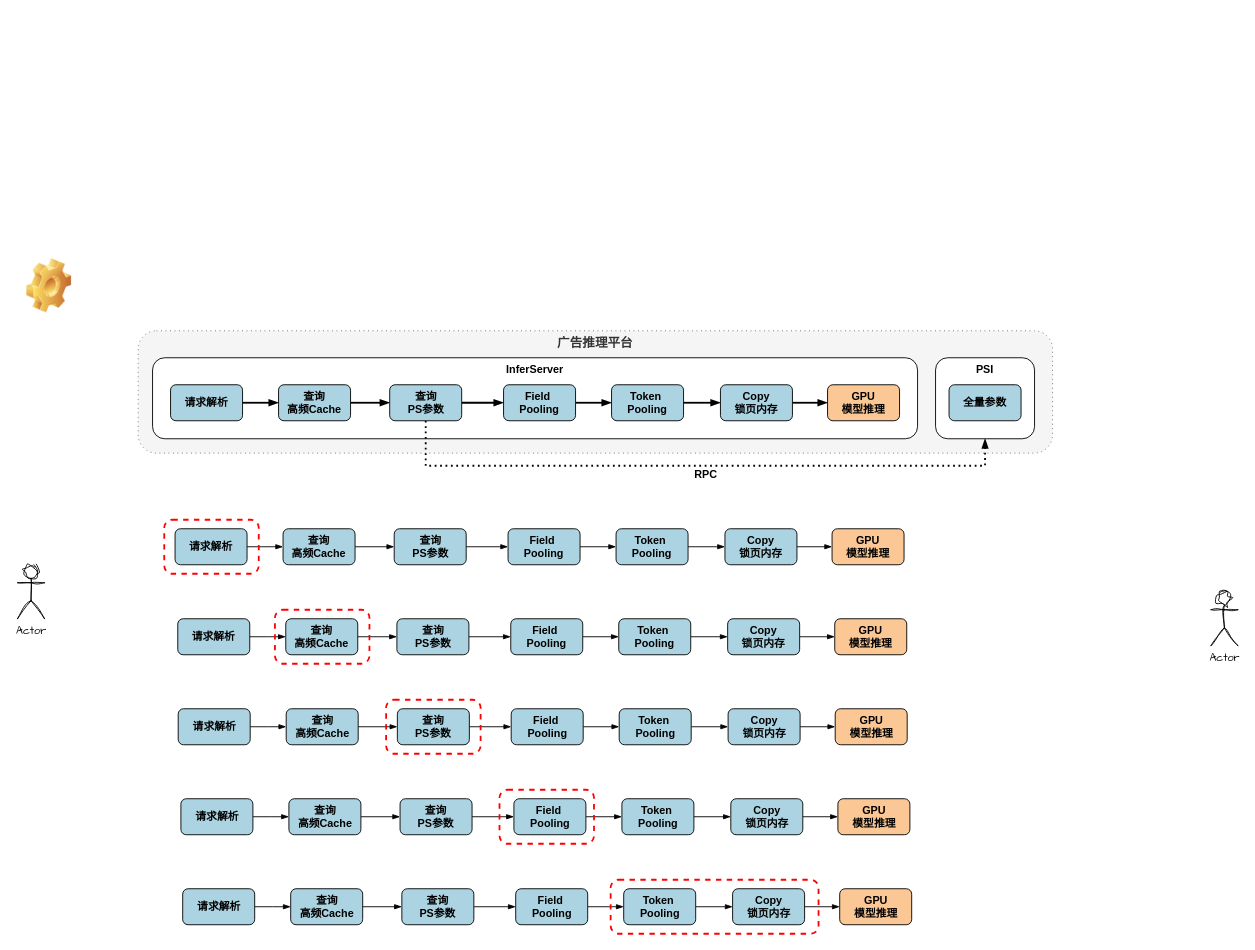
Earlier version of the draw.io diagram GprOptImpl.drawio (JackHsiung/totoro). Source tidied: cells renumbered, new cells numbered last; positions are measured from the earlier drawing's top-left corner, leaving out a move shared by most shapes. Both pictures are drawn from the tidied source at 90%, with x=0, y=0 at pixel (17, 258).
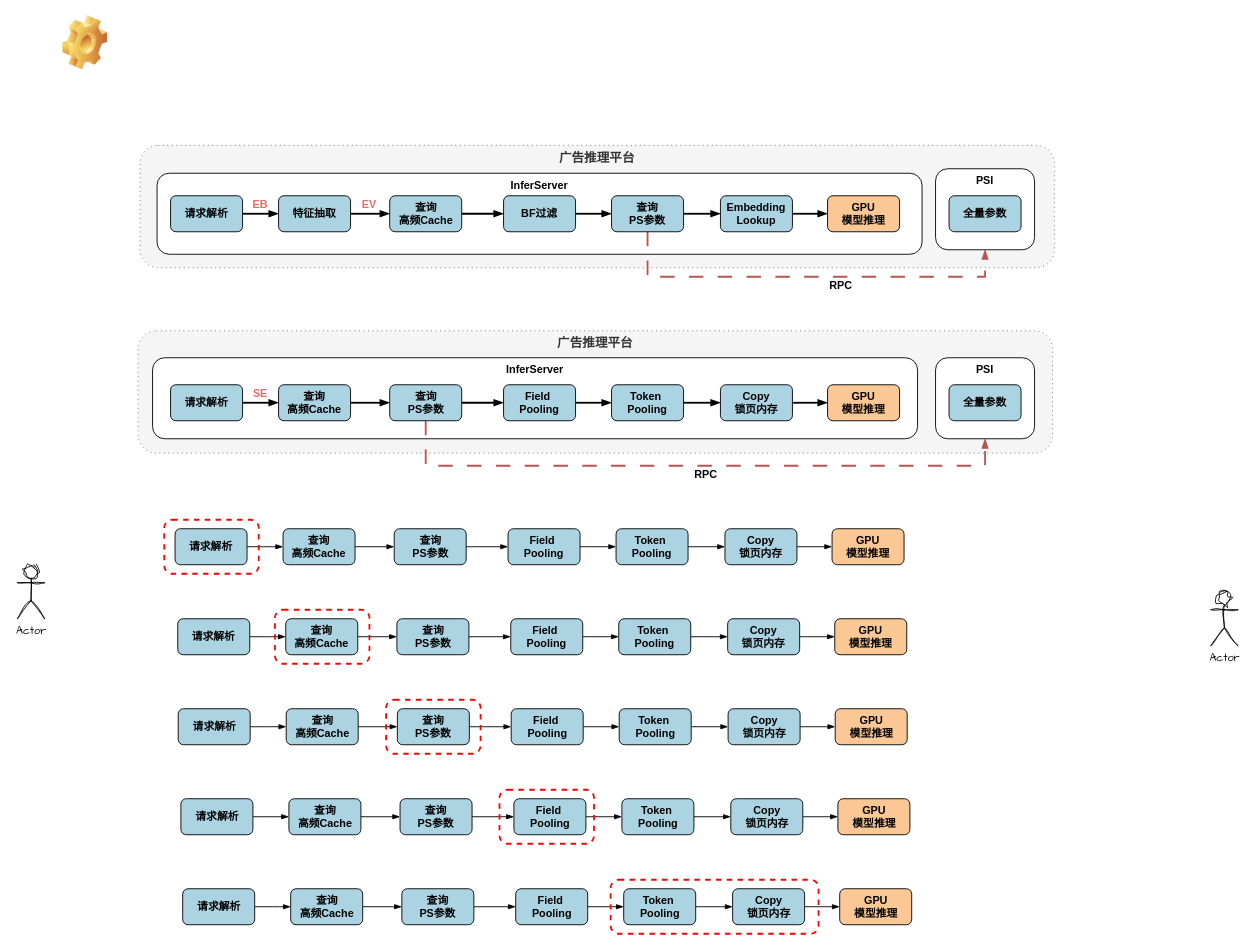
After the change.

The change refers to these unchanged cells:
```xml
<mxCell id="10" value="查询&lt;div&gt;PS&lt;span style=&quot;background-color: transparent; color: light-dark(rgb(0, 0, 0), rgb(255, 255, 255));&quot;&gt;参数&lt;/span&gt;&lt;/div&gt;" style="rounded=1;whiteSpace=wrap;html=1;hachureGap=4;fontFamily=Helvetica;fontStyle=1;fillColor=#ABD3E1;" parent="1" vertex="1">
  <mxGeometry x="413.5" y="140" width="80" height="40" as="geometry" />
</mxCell>
<mxCell id="31" value="&lt;font face=&quot;Helvetica&quot;&gt;&lt;b style=&quot;&quot;&gt;PSI&lt;/b&gt;&lt;/font&gt;" style="rounded=1;whiteSpace=wrap;html=1;hachureGap=4;fontFamily=Architects Daughter;verticalAlign=top;" parent="1" vertex="1">
  <mxGeometry x="1020" y="110" width="110" height="90" as="geometry" />
</mxCell>
```

The edit, as a diff of the source:
```diff
@@
-    <mxCell id="9" style="edgeStyle=orthogonalEdgeStyle;rounded=0;hachureGap=4;jettySize=auto;html=1;exitX=0.5;exitY=1;exitDx=0;exitDy=0;entryX=0.5;entryY=1;entryDx=0;entryDy=0;fontFamily=Architects Daughter;endArrow=blockThin;endFill=1;strokeWidth=2;dashed=1;dashPattern=1 2;" parent="1" edge="1" source="10" target="31">
+    <mxCell id="9" style="edgeStyle=orthogonalEdgeStyle;rounded=0;hachureGap=4;jettySize=auto;html=1;exitX=0.5;exitY=1;exitDx=0;exitDy=0;entryX=0.5;entryY=1;entryDx=0;entryDy=0;fontFamily=Architects Daughter;endArrow=blockThin;endFill=1;strokeWidth=2;dashed=1;dashPattern=8 8;fillColor=#f8cecc;strokeColor=#b85450;" parent="1" edge="1" source="10" target="31">
       <mxGeometry relative="1" as="geometry">
         <Array as="points">
           <mxPoint x="454" y="230" />
           <mxPoint x="1075" y="230" />
         </Array>
       </mxGeometry>
     </mxCell>
@@
     <mxCell id="92" style="shape=image;html=1;verticalLabelPosition=bottom;verticalAlign=top;imageAspect=0;image=img/clipart/Gear_128x128.png;sketch=1;hachureGap=4;jiggle=2;curveFitting=1;fontFamily=Architects Daughter;" parent="1" vertex="1">
-      <mxGeometry x="10" width="50" height="60" as="geometry" />
+      <mxGeometry x="50" y="-270" width="50" height="60" as="geometry" />
     </mxCell>
@@
+    <mxCell id="94" value="&lt;b&gt;&lt;font style=&quot;font-size: 14px;&quot;&gt;广告推理平台&lt;/font&gt;&lt;/b&gt;" style="rounded=1;whiteSpace=wrap;html=1;hachureGap=4;fontFamily=Architects Daughter;dashed=1;dashPattern=1 4;verticalAlign=top;fillColor=#f5f5f5;fontColor=#333333;strokeColor=#666666;" parent="1" vertex="1">
+      <mxGeometry x="136" y="-126" width="1016" height="136" as="geometry" />
+    </mxCell>
+    <mxCell id="95" value="&lt;font face=&quot;Helvetica&quot;&gt;&lt;b style=&quot;&quot;&gt;InferServer&lt;/b&gt;&lt;/font&gt;" style="rounded=1;whiteSpace=wrap;html=1;hachureGap=4;fontFamily=Architects Daughter;verticalAlign=top;" parent="1" vertex="1">
+      <mxGeometry x="155" y="-95" width="850" height="90" as="geometry" />
+    </mxCell>
+    <mxCell id="96" style="edgeStyle=orthogonalEdgeStyle;rounded=0;hachureGap=4;jettySize=auto;html=1;exitX=1;exitY=0.5;exitDx=0;exitDy=0;fontFamily=Architects Daughter;endArrow=blockThin;endFill=1;strokeWidth=2;" parent="1" edge="1" source="97" target="99">
+      <mxGeometry relative="1" as="geometry">
+        <Array as="points">
+          <mxPoint x="270" y="-50" />
+          <mxPoint x="270" y="-50" />
+        </Array>
+      </mxGeometry>
+    </mxCell>
+    <mxCell id="97" value="请求解析" style="rounded=1;whiteSpace=wrap;html=1;hachureGap=4;fontFamily=Helvetica;fontStyle=1;fillColor=#ABD3E1;" parent="1" vertex="1">
+      <mxGeometry x="170" y="-70" width="80" height="40" as="geometry" />
+    </mxCell>
+    <mxCell id="98" style="edgeStyle=orthogonalEdgeStyle;rounded=0;hachureGap=4;jettySize=auto;html=1;exitX=1;exitY=0.5;exitDx=0;exitDy=0;entryX=0;entryY=0.5;entryDx=0;entryDy=0;fontFamily=Architects Daughter;endArrow=blockThin;endFill=1;strokeWidth=2;" parent="1" edge="1" source="99" target="101">
+      <mxGeometry relative="1" as="geometry" />
+    </mxCell>
+    <mxCell id="99" value="特征抽取" style="rounded=1;whiteSpace=wrap;html=1;hachureGap=4;fontFamily=Helvetica;fontStyle=1;fillColor=#ABD3E1;" parent="1" vertex="1">
+      <mxGeometry x="290" y="-70" width="80" height="40" as="geometry" />
+    </mxCell>
+    <mxCell id="100" style="edgeStyle=orthogonalEdgeStyle;rounded=0;hachureGap=4;jettySize=auto;html=1;exitX=1;exitY=0.5;exitDx=0;exitDy=0;fontFamily=Architects Daughter;endArrow=blockThin;endFill=1;strokeWidth=2;" parent="1" edge="1" source="101" target="103">
+      <mxGeometry relative="1" as="geometry" />
+    </mxCell>
+    <mxCell id="101" value="查询&lt;div&gt;高频Cache&lt;/div&gt;" style="rounded=1;whiteSpace=wrap;html=1;hachureGap=4;fontFamily=Helvetica;fontStyle=1;fillColor=#ABD3E1;" parent="1" vertex="1">
+      <mxGeometry x="413.5" y="-70" width="80" height="40" as="geometry" />
+    </mxCell>
+    <mxCell id="102" style="edgeStyle=orthogonalEdgeStyle;rounded=0;hachureGap=4;jettySize=auto;html=1;exitX=1;exitY=0.5;exitDx=0;exitDy=0;entryX=0;entryY=0.5;entryDx=0;entryDy=0;fontFamily=Architects Daughter;endArrow=blockThin;endFill=1;strokeWidth=2;" parent="1" edge="1" source="103" target="106">
+      <mxGeometry relative="1" as="geometry" />
+    </mxCell>
+    <mxCell id="103" value="BF过滤" style="rounded=1;whiteSpace=wrap;html=1;hachureGap=4;fontFamily=Helvetica;fontStyle=1;fillColor=#ABD3E1;" parent="1" vertex="1">
+      <mxGeometry x="540" y="-70" width="80" height="40" as="geometry" />
+    </mxCell>
+    <mxCell id="104" style="edgeStyle=orthogonalEdgeStyle;rounded=0;hachureGap=4;jettySize=auto;html=1;exitX=1;exitY=0.5;exitDx=0;exitDy=0;entryX=0;entryY=0.5;entryDx=0;entryDy=0;fontFamily=Architects Daughter;endArrow=blockThin;endFill=1;strokeWidth=2;" parent="1" edge="1" source="106" target="108">
+      <mxGeometry relative="1" as="geometry" />
+    </mxCell>
+    <mxCell id="105" style="edgeStyle=orthogonalEdgeStyle;rounded=0;hachureGap=4;jettySize=auto;html=1;exitX=0.5;exitY=1;exitDx=0;exitDy=0;fontFamily=Architects Daughter;endArrow=blockThin;endFill=1;fontStyle=1;strokeWidth=2;entryX=0.5;entryY=1;entryDx=0;entryDy=0;dashed=1;dashPattern=8 8;fillColor=#f8cecc;strokeColor=#b85450;" parent="1" edge="1" source="106" target="110">
+      <mxGeometry relative="1" as="geometry">
+        <Array as="points">
+          <mxPoint x="700" y="20" />
+          <mxPoint x="1075" y="20" />
+        </Array>
+      </mxGeometry>
+    </mxCell>
+    <mxCell id="106" value="查询&lt;div&gt;PS&lt;span style=&quot;background-color: transparent; color: light-dark(rgb(0, 0, 0), rgb(255, 255, 255));&quot;&gt;参数&lt;/span&gt;&lt;/div&gt;" style="rounded=1;whiteSpace=wrap;html=1;hachureGap=4;fontFamily=Helvetica;fontStyle=1;fillColor=#ABD3E1;" parent="1" vertex="1">
+      <mxGeometry x="660" y="-70" width="80" height="40" as="geometry" />
+    </mxCell>
+    <mxCell id="107" style="edgeStyle=orthogonalEdgeStyle;rounded=0;hachureGap=4;jettySize=auto;html=1;exitX=1;exitY=0.5;exitDx=0;exitDy=0;entryX=0;entryY=0.5;entryDx=0;entryDy=0;fontFamily=Architects Daughter;endArrow=blockThin;endFill=1;strokeWidth=2;" parent="1" edge="1" source="108" target="109">
+      <mxGeometry relative="1" as="geometry" />
+    </mxCell>
+    <mxCell id="108" value="&lt;div&gt;Embedding&lt;/div&gt;Lookup" style="rounded=1;whiteSpace=wrap;html=1;hachureGap=4;fontFamily=Helvetica;fontStyle=1;fillColor=#ABD3E1;" parent="1" vertex="1">
+      <mxGeometry x="781" y="-70" width="80" height="40" as="geometry" />
+    </mxCell>
+    <mxCell id="109" value="GPU&lt;div&gt;模型推理&lt;/div&gt;" style="rounded=1;whiteSpace=wrap;html=1;hachureGap=4;fontFamily=Helvetica;fontStyle=1;fillColor=#FAC795;" parent="1" vertex="1">
+      <mxGeometry x="900" y="-70" width="80" height="40" as="geometry" />
+    </mxCell>
+    <mxCell id="110" value="&lt;font face=&quot;Helvetica&quot;&gt;&lt;b style=&quot;&quot;&gt;PSI&lt;/b&gt;&lt;/font&gt;" style="rounded=1;whiteSpace=wrap;html=1;hachureGap=4;fontFamily=Architects Daughter;verticalAlign=top;" parent="1" vertex="1">
+      <mxGeometry x="1020" y="-100" width="110" height="90" as="geometry" />
+    </mxCell>
+    <mxCell id="111" value="全量参数" style="rounded=1;whiteSpace=wrap;html=1;hachureGap=4;fontFamily=Helvetica;fontStyle=1;fillColor=#ABD3E1;" parent="1" vertex="1">
+      <mxGeometry x="1035" y="-70" width="80" height="40" as="geometry" />
+    </mxCell>
+    <mxCell id="112" value="RPC" style="text;html=1;align=center;verticalAlign=middle;whiteSpace=wrap;rounded=0;fontFamily=Helvetica;fontStyle=1;" parent="1" vertex="1">
+      <mxGeometry x="890" y="20" width="50" height="20" as="geometry" />
+    </mxCell>
+    <mxCell id="113" value="EV" style="text;html=1;align=center;verticalAlign=middle;whiteSpace=wrap;rounded=0;fontFamily=Helvetica;fontStyle=1;fontColor=#EA6B66;" parent="1" vertex="1">
+      <mxGeometry x="375" y="-70" width="32" height="20" as="geometry" />
+    </mxCell>
+    <mxCell id="114" value="EB" style="text;html=1;align=center;verticalAlign=middle;whiteSpace=wrap;rounded=0;fontFamily=Helvetica;fontStyle=1;fontColor=#EA6B66;" parent="1" vertex="1">
+      <mxGeometry x="255" y="-70" width="30" height="20" as="geometry" />
+    </mxCell>
+    <mxCell id="115" value="SE" style="text;html=1;align=center;verticalAlign=middle;whiteSpace=wrap;rounded=0;fontFamily=Helvetica;fontStyle=1;fontColor=#EA6B66;" parent="1" vertex="1">
+      <mxGeometry x="255" y="140" width="30" height="20" as="geometry" />
+    </mxCell>
```
